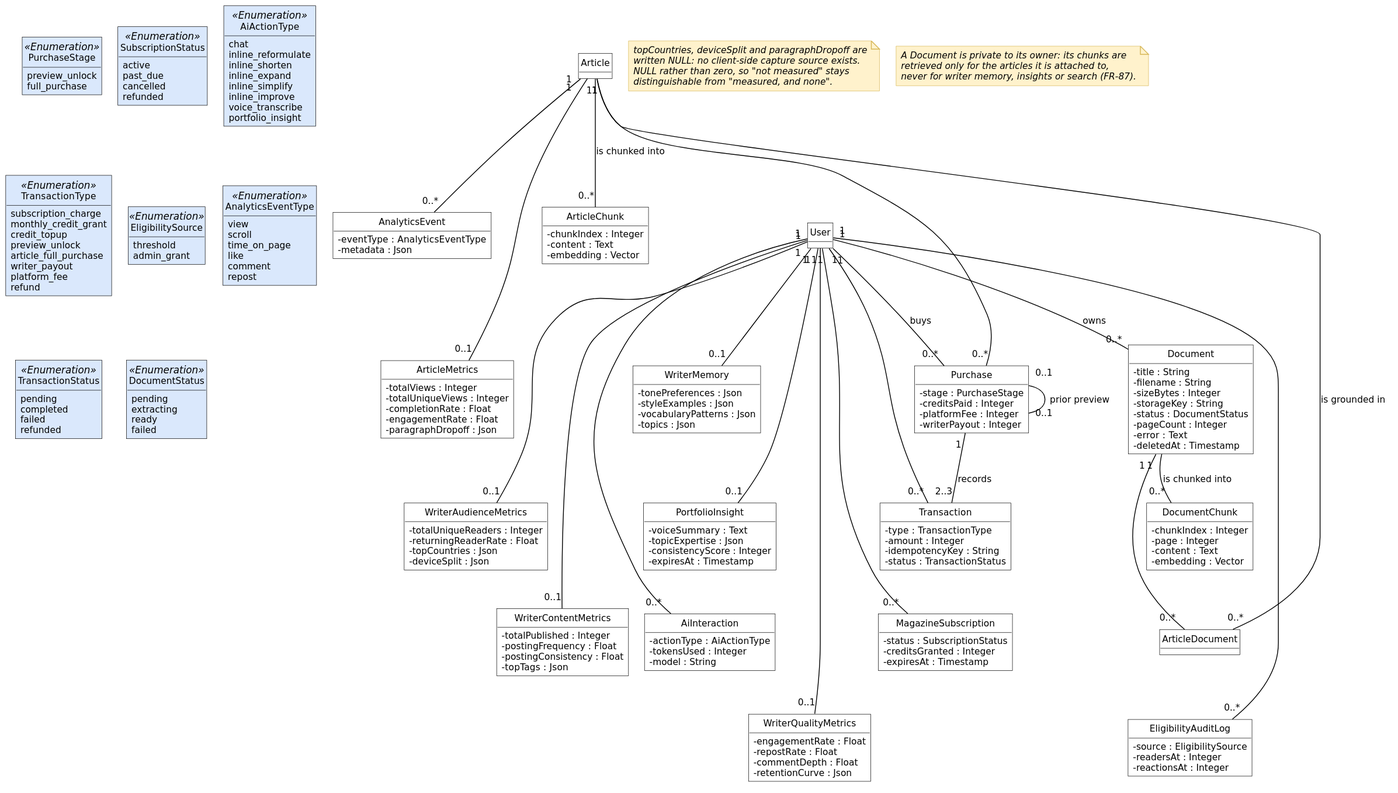
Before: diagrams/fig-2-3-classes-ai-marketplace-analytics/fig-2-3-classes-ai-marketplace-analytics.svg, a diagram exported from PlantUML (inkwell-dev/spec.inkwell.ai).
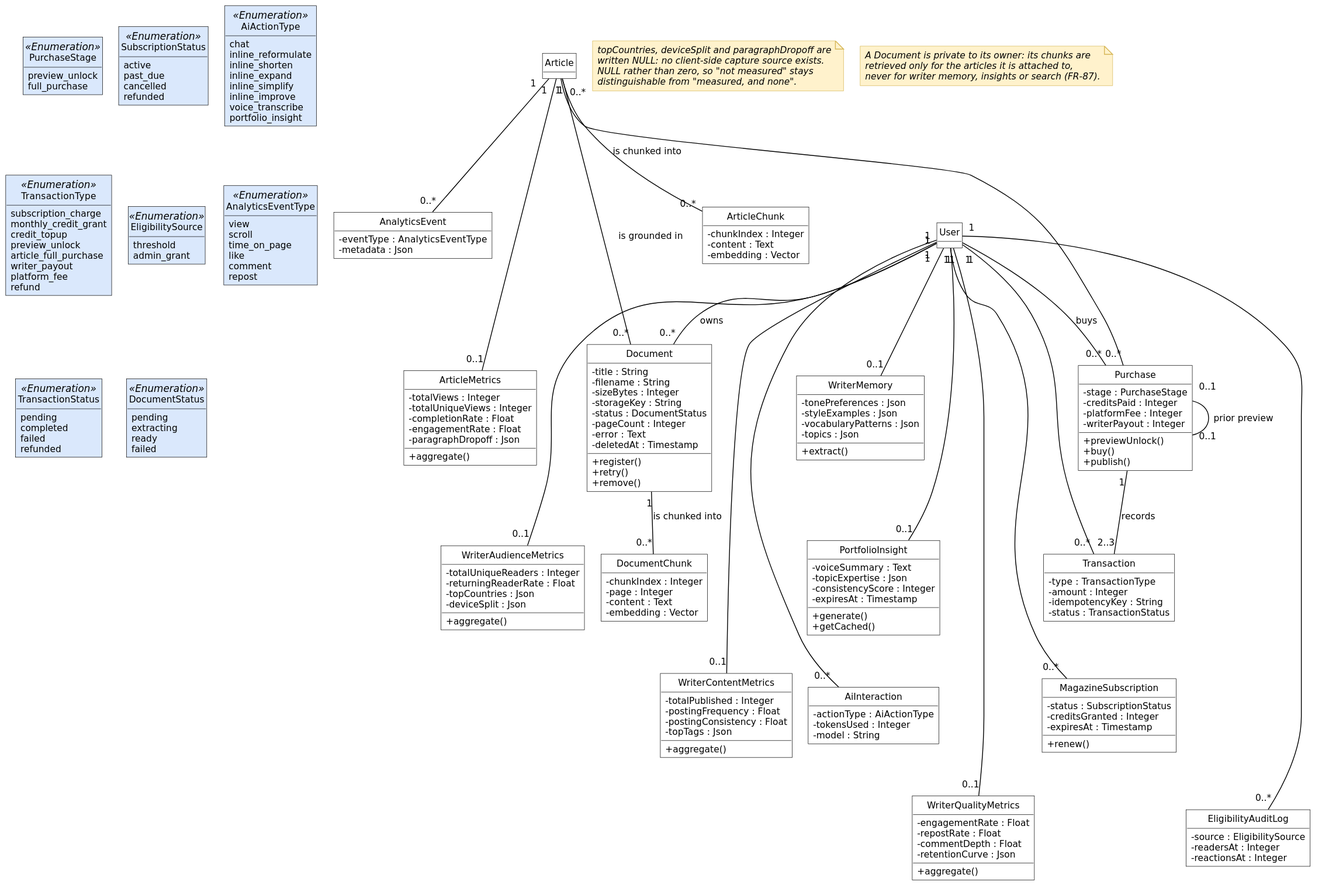
The same file after the commit.

The edit, as a diff of the source:
```diff
@@ -3,7 +3,7 @@
 skinparam nodesep 20
 skinparam ranksep 45
 hide circle
-hide methods
+hide empty methods
 
 class User
 class Article
@@ -18,12 +18,15 @@
   - styleExamples : Json
   - vocabularyPatterns : Json
   - topics : Json
+  + extract()
 }
 class PortfolioInsight {
   - voiceSummary : Text
   - topicExpertise : Json
   - consistencyScore : Integer
   - expiresAt : Timestamp
+  + generate()
+  + getCached()
 }
 class Document {
   - title : String
@@ -34,6 +37,9 @@
   - pageCount : Integer
   - error : Text
   - deletedAt : Timestamp
+  + register()
+  + retry()
+  + remove()
 }
 class DocumentChunk {
   - chunkIndex : Integer
@@ -41,7 +47,6 @@
   - content : Text
   - embedding : Vector
 }
-class ArticleDocument
 class AiInteraction {
   - actionType : AiActionType
   - tokensUsed : Integer
@@ -52,6 +57,9 @@
   - creditsPaid : Integer
   - platformFee : Integer
   - writerPayout : Integer
+  + previewUnlock()
+  + buy()
+  + publish()
 }
 class Transaction {
   - type : TransactionType
@@ -63,6 +71,7 @@
   - status : SubscriptionStatus
   - creditsGranted : Integer
   - expiresAt : Timestamp
+  + renew()
 }
 class EligibilityAuditLog {
   - source : EligibilitySource
@@ -79,24 +88,28 @@
   - completionRate : Float
   - engagementRate : Float
   - paragraphDropoff : Json
+  + aggregate()
 }
 class WriterAudienceMetrics {
   - totalUniqueReaders : Integer
   - returningReaderRate : Float
   - topCountries : Json
   - deviceSplit : Json
+  + aggregate()
 }
 class WriterContentMetrics {
   - totalPublished : Integer
   - postingFrequency : Float
   - postingConsistency : Float
   - topTags : Json
+  + aggregate()
 }
 class WriterQualityMetrics {
   - engagementRate : Float
   - repostRate : Float
   - commentDepth : Float
   - retentionCurve : Json
+  + aggregate()
 }
 
 class PurchaseStage <<Enumeration>> {
@@ -160,8 +173,7 @@
 User "1" -- "0..*" AiInteraction
 User "1" -- "0..*" Document : owns
 Document "1" -- "0..*" DocumentChunk : is chunked into
-Document "1" -- "0..*" ArticleDocument
-Article "1" -- "0..*" ArticleDocument : is grounded in
+Article "0..*" -- "0..*" Document : is grounded in
 Article "1" -- "0..*" Purchase
 User "1" -- "0..*" Purchase : buys
 Purchase "0..1" -- "0..1" Purchase : prior preview
@@ -192,7 +204,6 @@
 WriterMemory -[hidden]down- PortfolioInsight
 PortfolioInsight -[hidden]down- AiInteraction
 Document -[hidden]down- DocumentChunk
-DocumentChunk -[hidden]down- ArticleDocument
 Purchase -[hidden]down- Transaction
 Transaction -[hidden]down- MagazineSubscription
 MagazineSubscription -[hidden]down- EligibilityAuditLog
```
